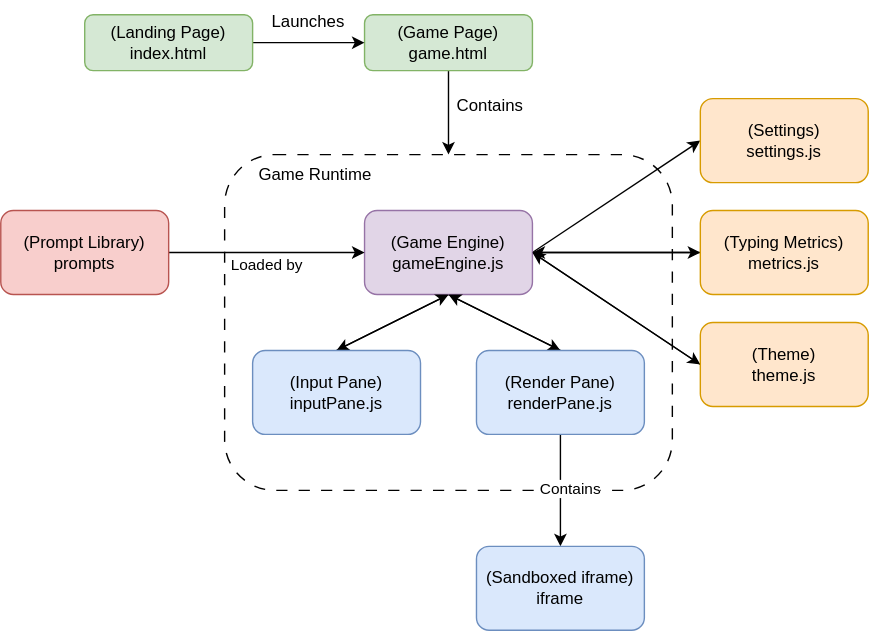
Before: docs/architecture_diagram.svg, a diagram exported from draw.io (cse110-sp26-group23/cse110-sp26-group23). Source tidied: cells renumbered, new cells last; positions are measured from the earlier drawing's top-left corner, leaving out a move shared by most shapes.
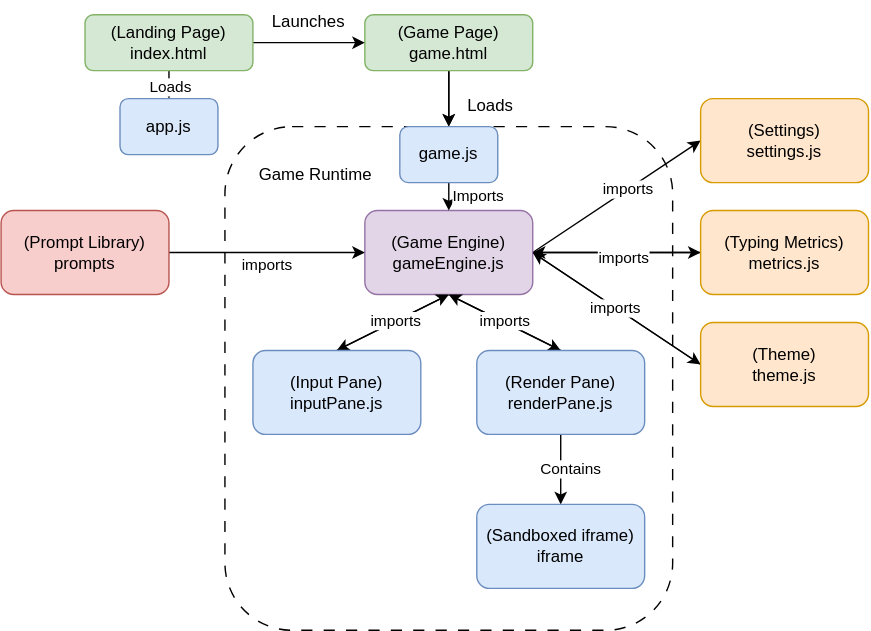
After the commit.

Commit message:
Update architecture_diagram

The edit, as a diff of the source:
```diff
@@ -5,12 +5,21 @@
     <mxCell id="2" style="edgeStyle=none;html=1;exitX=0.5;exitY=1;exitDx=0;exitDy=0;entryX=0.5;entryY=0;entryDx=0;entryDy=0;" parent="1" edge="1" source="3" target="7">
       <mxGeometry relative="1" as="geometry" />
     </mxCell>
+    <mxCell id="31" style="edgeStyle=none;html=1;" parent="1" edge="1" source="3" target="42">
+      <mxGeometry relative="1" as="geometry" />
+    </mxCell>
     <mxCell id="3" value="&lt;div&gt;(Game Page)&lt;/div&gt;game.html" style="rounded=1;whiteSpace=wrap;html=1;fillColor=#d5e8d4;strokeColor=#82b366;" parent="1" vertex="1">
       <mxGeometry x="260" y="10" width="120" height="40" as="geometry" />
     </mxCell>
     <mxCell id="4" style="edgeStyle=none;html=1;exitX=1;exitY=0.5;exitDx=0;exitDy=0;entryX=0;entryY=0.5;entryDx=0;entryDy=0;" parent="1" edge="1" source="5" target="3">
       <mxGeometry relative="1" as="geometry" />
     </mxCell>
+    <mxCell id="32" style="edgeStyle=none;html=1;exitX=0.5;exitY=1;exitDx=0;exitDy=0;entryX=0.5;entryY=0;entryDx=0;entryDy=0;" parent="1" edge="1" source="5" target="39">
+      <mxGeometry relative="1" as="geometry" />
+    </mxCell>
+    <mxCell id="33" value="Loads" style="edgeLabel;html=1;align=center;verticalAlign=middle;" parent="32" vertex="1">
+      <mxGeometry x="0.05" relative="1" as="geometry" />
+    </mxCell>
     <mxCell id="5" value="&lt;div&gt;(Landing Page)&lt;/div&gt;index.html" style="rounded=1;whiteSpace=wrap;html=1;fillColor=#d5e8d4;strokeColor=#82b366;" parent="1" vertex="1">
       <mxGeometry x="60" y="10" width="120" height="40" as="geometry" />
     </mxCell>
@@ -18,7 +27,7 @@
       <mxGeometry x="190" width="60" height="30" as="geometry" />
     </mxCell>
     <mxCell id="7" style="rounded=1;whiteSpace=wrap;html=1;fillColor=none;dashed=1;dashPattern=8 8;" parent="1" vertex="1">
-      <mxGeometry x="160" y="110" width="320" height="240" as="geometry" />
+      <mxGeometry x="160" y="90" width="320" height="360" as="geometry" />
     </mxCell>
     <mxCell id="8" style="edgeStyle=none;html=1;exitX=0.5;exitY=1;exitDx=0;exitDy=0;entryX=0.5;entryY=0;entryDx=0;entryDy=0;" parent="1" edge="1" source="13" target="16">
       <mxGeometry relative="1" as="geometry" />
@@ -29,6 +38,9 @@
     <mxCell id="10" style="edgeStyle=none;html=1;exitX=1;exitY=0.5;exitDx=0;exitDy=0;entryX=0;entryY=0.5;entryDx=0;entryDy=0;" parent="1" edge="1" source="13" target="21">
       <mxGeometry relative="1" as="geometry" />
     </mxCell>
+    <mxCell id="34" value="imports" style="edgeLabel;html=1;align=center;verticalAlign=middle;" parent="10" vertex="1">
+      <mxGeometry x="0.13" y="1" relative="1" as="geometry" />
+    </mxCell>
     <mxCell id="11" style="edgeStyle=none;html=1;exitX=1;exitY=0.5;exitDx=0;exitDy=0;entryX=0;entryY=0.5;entryDx=0;entryDy=0;" parent="1" edge="1" source="13" target="23">
       <mxGeometry relative="1" as="geometry" />
     </mxCell>
@@ -38,18 +50,24 @@
     <mxCell id="13" value="&lt;div&gt;(Game Engine)&lt;/div&gt;gameEngine.js" style="rounded=1;whiteSpace=wrap;html=1;fillColor=#e1d5e7;strokeColor=#9673a6;" parent="1" vertex="1">
       <mxGeometry x="260" y="150" width="120" height="60" as="geometry" />
     </mxCell>
-    <mxCell id="14" value="Contains" style="text;html=1;align=center;verticalAlign=middle;whiteSpace=wrap;rounded=0;" parent="1" vertex="1">
+    <mxCell id="14" value="Loads" style="text;html=1;align=center;verticalAlign=middle;whiteSpace=wrap;rounded=0;" parent="1" vertex="1">
       <mxGeometry x="320" y="60" width="60" height="30" as="geometry" />
     </mxCell>
     <mxCell id="15" style="edgeStyle=none;html=1;exitX=0.5;exitY=0;exitDx=0;exitDy=0;entryX=0.5;entryY=1;entryDx=0;entryDy=0;" parent="1" edge="1" source="16" target="13">
       <mxGeometry relative="1" as="geometry" />
     </mxCell>
+    <mxCell id="35" value="imports" style="edgeLabel;html=1;align=center;verticalAlign=middle;" parent="15" vertex="1">
+      <mxGeometry x="0.03" y="1" relative="1" as="geometry" />
+    </mxCell>
     <mxCell id="16" value="&lt;div&gt;(Input Pane)&lt;/div&gt;inputPane.js" style="rounded=1;whiteSpace=wrap;html=1;fillColor=#dae8fc;strokeColor=#6c8ebf;" parent="1" vertex="1">
       <mxGeometry x="180" y="250" width="120" height="60" as="geometry" />
     </mxCell>
     <mxCell id="17" style="edgeStyle=none;html=1;exitX=0.5;exitY=0;exitDx=0;exitDy=0;entryX=0.5;entryY=1;entryDx=0;entryDy=0;" parent="1" edge="1" source="20" target="13">
       <mxGeometry relative="1" as="geometry" />
     </mxCell>
+    <mxCell id="36" value="imports" style="edgeLabel;html=1;align=center;verticalAlign=middle;" parent="17" vertex="1">
+      <mxGeometry x="0.05" y="-1" relative="1" as="geometry" />
+    </mxCell>
     <mxCell id="18" style="edgeStyle=none;html=1;exitX=0.5;exitY=1;exitDx=0;exitDy=0;entryX=0.5;entryY=0;entryDx=0;entryDy=0;" parent="1" edge="1" source="20" target="24">
       <mxGeometry relative="1" as="geometry" />
     </mxCell>
@@ -65,16 +83,19 @@
     <mxCell id="22" style="edgeStyle=none;html=1;exitX=0;exitY=0.5;exitDx=0;exitDy=0;entryX=1;entryY=0.5;entryDx=0;entryDy=0;" parent="1" edge="1" source="23" target="13">
       <mxGeometry relative="1" as="geometry" />
     </mxCell>
+    <mxCell id="37" value="imports" style="edgeLabel;html=1;align=center;verticalAlign=middle;" parent="22" vertex="1">
+      <mxGeometry x="-0.08" y="3" relative="1" as="geometry" />
+    </mxCell>
     <mxCell id="23" value="&lt;div&gt;(Typing Metrics)&lt;/div&gt;metrics.js" style="rounded=1;whiteSpace=wrap;html=1;fillColor=#ffe6cc;strokeColor=#d79b00;" parent="1" vertex="1">
       <mxGeometry x="500" y="150" width="120" height="60" as="geometry" />
     </mxCell>
     <mxCell id="24" value="&lt;div&gt;(Sandboxed iframe)&lt;/div&gt;iframe" style="rounded=1;whiteSpace=wrap;html=1;fillColor=#dae8fc;strokeColor=#6c8ebf;" parent="1" vertex="1">
-      <mxGeometry x="340" y="390" width="120" height="60" as="geometry" />
+      <mxGeometry x="340" y="360" width="120" height="60" as="geometry" />
     </mxCell>
     <mxCell id="25" style="edgeStyle=none;html=1;exitX=1;exitY=0.5;exitDx=0;exitDy=0;entryX=0;entryY=0.5;entryDx=0;entryDy=0;" parent="1" edge="1" source="27" target="13">
       <mxGeometry relative="1" as="geometry" />
     </mxCell>
-    <mxCell id="26" value="Loaded by" style="edgeLabel;html=1;align=center;verticalAlign=middle;" parent="25" vertex="1">
+    <mxCell id="26" value="imports" style="edgeLabel;html=1;align=center;verticalAlign=middle;" parent="25" vertex="1">
       <mxGeometry x="-0.01" y="-8" relative="1" as="geometry" />
     </mxCell>
     <mxCell id="27" value="&lt;div&gt;(Prompt Library)&lt;/div&gt;prompts" style="rounded=1;whiteSpace=wrap;html=1;fillColor=#f8cecc;strokeColor=#b85450;" parent="1" vertex="1">
@@ -83,11 +104,28 @@
     <mxCell id="28" style="edgeStyle=none;html=1;exitX=0;exitY=0.5;exitDx=0;exitDy=0;entryX=1;entryY=0.5;entryDx=0;entryDy=0;" parent="1" edge="1" source="29" target="13">
       <mxGeometry relative="1" as="geometry" />
     </mxCell>
+    <mxCell id="38" value="imports" style="edgeLabel;html=1;align=center;verticalAlign=middle;" parent="28" vertex="1">
+      <mxGeometry x="0.03" relative="1" as="geometry" />
+    </mxCell>
     <mxCell id="29" value="&lt;div&gt;(Theme)&lt;/div&gt;theme.js" style="rounded=1;whiteSpace=wrap;html=1;fillColor=#ffe6cc;strokeColor=#d79b00;" parent="1" vertex="1">
       <mxGeometry x="500" y="230" width="120" height="60" as="geometry" />
     </mxCell>
     <mxCell id="30" value="Game Runtime" style="text;html=1;align=center;verticalAlign=middle;whiteSpace=wrap;rounded=0;" parent="1" vertex="1">
       <mxGeometry x="180" y="110" width="90" height="30" as="geometry" />
     </mxCell>
+    <mxCell id="39" value="&lt;div&gt;app.js&lt;/div&gt;" style="rounded=1;whiteSpace=wrap;html=1;fillColor=#dae8fc;strokeColor=#6c8ebf;" parent="1" vertex="1">
+      <mxGeometry x="85" y="70" width="70" height="40" as="geometry" />
+    </mxCell>
+    <mxCell id="40" style="edgeStyle=none;html=1;exitX=0.5;exitY=1;exitDx=0;exitDy=0;entryX=0.5;entryY=0;entryDx=0;entryDy=0;" parent="1" edge="1" source="42" target="13">
+      <mxGeometry relative="1" as="geometry" />
+    </mxCell>
+    <mxCell id="41" value="Imports" style="edgeLabel;html=1;align=center;verticalAlign=middle;" parent="40" vertex="1">
+      <mxGeometry x="0.3" relative="1" as="geometry">
+        <mxPoint x="20" y="-3" as="offset" />
+      </mxGeometry>
+    </mxCell>
+    <mxCell id="42" value="&lt;div&gt;game.js&lt;/div&gt;" style="rounded=1;whiteSpace=wrap;html=1;fillColor=#dae8fc;strokeColor=#6c8ebf;" parent="1" vertex="1">
+      <mxGeometry x="285" y="90" width="70" height="40" as="geometry" />
+    </mxCell>
   </root>
 </mxGraphModel>
```
